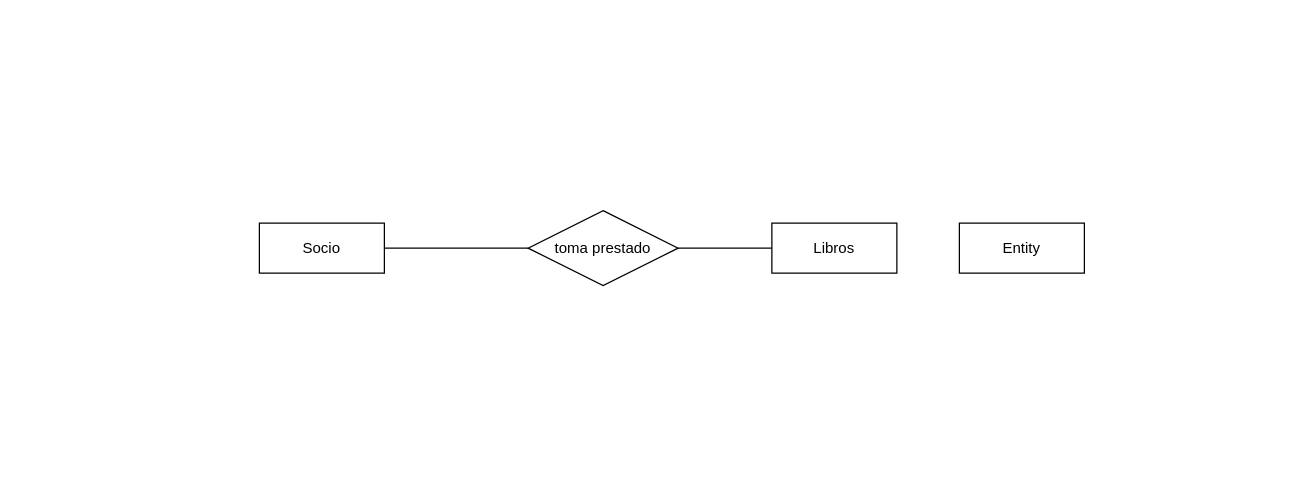
Before: Unidad1/Tareas/Tarea 7/Diagrama sin título.drawio in JVC0/Base-Datos, a draw.io diagram. Source tidied: cells renumbered, new cells numbered last; positions are measured from the earlier drawing's top-left corner, leaving out a move shared by most shapes. Both pictures are drawn from the tidied source at 125%, with x=0, y=0 at pixel (259, 210).
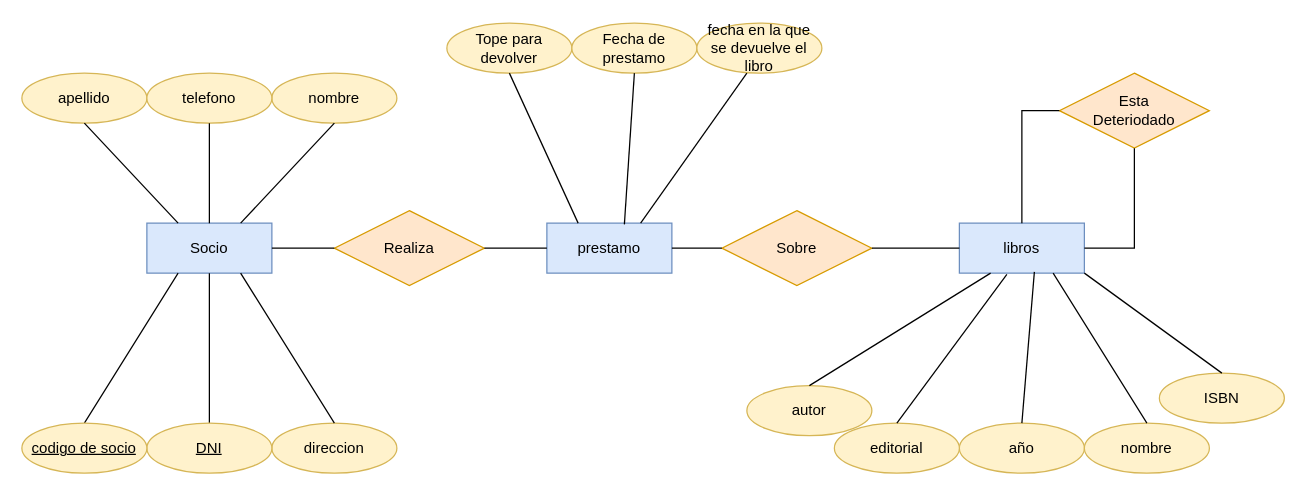
Above is the later version.

What changed in the source:
```diff
@@
-    <mxCell id="2" value="&lt;div&gt;Libros&lt;/div&gt;" style="whiteSpace=wrap;html=1;align=center;" parent="1" vertex="1">
-      <mxGeometry x="410" y="10" width="100" height="40" as="geometry" />
+    <mxCell id="2" value="&lt;div&gt;prestamo&lt;/div&gt;" style="whiteSpace=wrap;html=1;align=center;fillColor=#dae8fc;strokeColor=#6c8ebf;" parent="1" vertex="1">
+      <mxGeometry x="230" y="10" width="100" height="40" as="geometry" />
     </mxCell>
-    <mxCell id="3" value="&lt;div&gt;Socio&lt;/div&gt;" style="whiteSpace=wrap;html=1;align=center;" parent="1" vertex="1">
-      <mxGeometry y="10" width="100" height="40" as="geometry" />
+    <mxCell id="3" value="&lt;div&gt;Socio&lt;/div&gt;" style="whiteSpace=wrap;html=1;align=center;fillColor=#dae8fc;strokeColor=#6c8ebf;" parent="1" vertex="1">
+      <mxGeometry x="-90" y="10" width="100" height="40" as="geometry" />
     </mxCell>
-    <mxCell id="4" value="Entity" style="whiteSpace=wrap;html=1;align=center;" parent="1" vertex="1">
+    <mxCell id="4" value="&lt;div&gt;libros&lt;/div&gt;" style="whiteSpace=wrap;html=1;align=center;fillColor=#dae8fc;strokeColor=#6c8ebf;" parent="1" vertex="1">
       <mxGeometry x="560" y="10" width="100" height="40" as="geometry" />
     </mxCell>
-    <mxCell id="5" value="toma prestado" style="shape=rhombus;perimeter=rhombusPerimeter;whiteSpace=wrap;html=1;align=center;" parent="1" vertex="1">
-      <mxGeometry x="215" width="120" height="60" as="geometry" />
+    <mxCell id="5" value="Realiza" style="shape=rhombus;perimeter=rhombusPerimeter;whiteSpace=wrap;html=1;align=center;fillColor=#ffe6cc;strokeColor=#d79b00;" parent="1" vertex="1">
+      <mxGeometry x="60" width="120" height="60" as="geometry" />
     </mxCell>
@@
+    <mxCell id="8" value="&lt;div&gt;Sobre&lt;/div&gt;" style="shape=rhombus;perimeter=rhombusPerimeter;whiteSpace=wrap;html=1;align=center;fillColor=#ffe6cc;strokeColor=#d79b00;" parent="1" vertex="1">
+      <mxGeometry x="370" width="120" height="60" as="geometry" />
+    </mxCell>
+    <mxCell id="9" style="endArrow=none;html=1;rounded=0;entryX=0;entryY=0.5;entryDx=0;entryDy=0;exitX=1;exitY=0.5;exitDx=0;exitDy=0;" parent="1" edge="1" source="2" target="8">
+      <mxGeometry relative="1" as="geometry" />
+    </mxCell>
+    <mxCell id="10" style="endArrow=none;html=1;rounded=0;entryX=0;entryY=0.5;entryDx=0;entryDy=0;exitX=1;exitY=0.5;exitDx=0;exitDy=0;" parent="1" edge="1" source="8" target="4">
+      <mxGeometry relative="1" as="geometry" />
+    </mxCell>
+    <mxCell id="11" value="Esta&lt;br&gt;&lt;div&gt;Deteriodado&lt;/div&gt;" style="shape=rhombus;perimeter=rhombusPerimeter;whiteSpace=wrap;html=1;align=center;fillColor=#ffe6cc;strokeColor=#d79b00;" parent="1" vertex="1">
+      <mxGeometry x="640" y="-110" width="120" height="60" as="geometry" />
+    </mxCell>
+    <mxCell id="12" style="endArrow=none;html=1;rounded=0;entryX=1;entryY=0.5;entryDx=0;entryDy=0;exitX=0.5;exitY=1;exitDx=0;exitDy=0;" parent="1" edge="1" source="11" target="4">
+      <mxGeometry relative="1" as="geometry">
+        <Array as="points">
+          <mxPoint x="700" y="30" />
+        </Array>
+      </mxGeometry>
+    </mxCell>
+    <mxCell id="13" style="endArrow=none;html=1;rounded=0;entryX=0;entryY=0.5;entryDx=0;entryDy=0;exitX=0.5;exitY=0;exitDx=0;exitDy=0;" parent="1" edge="1" source="4" target="11">
+      <mxGeometry relative="1" as="geometry">
+        <Array as="points">
+          <mxPoint x="610" y="-80" />
+        </Array>
+      </mxGeometry>
+    </mxCell>
+    <mxCell id="14" value="&lt;div&gt;direccion&lt;/div&gt;" style="ellipse;whiteSpace=wrap;html=1;align=center;fillColor=#fff2cc;strokeColor=#d6b656;" parent="1" vertex="1">
+      <mxGeometry x="10" y="170" width="100" height="40" as="geometry" />
+    </mxCell>
+    <mxCell id="15" style="endArrow=none;html=1;rounded=0;exitX=0.5;exitY=0;exitDx=0;exitDy=0;entryX=0.25;entryY=1;entryDx=0;entryDy=0;" parent="1" edge="1" source="19" target="3">
+      <mxGeometry relative="1" as="geometry" />
+    </mxCell>
+    <mxCell id="16" style="endArrow=none;html=1;rounded=0;entryX=0.5;entryY=1;entryDx=0;entryDy=0;exitX=0.5;exitY=0;exitDx=0;exitDy=0;" parent="1" edge="1" source="18" target="3">
+      <mxGeometry relative="1" as="geometry" />
+    </mxCell>
+    <mxCell id="17" style="endArrow=none;html=1;rounded=0;exitX=0.5;exitY=0;exitDx=0;exitDy=0;entryX=0.75;entryY=1;entryDx=0;entryDy=0;" parent="1" edge="1" source="14" target="3">
+      <mxGeometry relative="1" as="geometry" />
+    </mxCell>
+    <mxCell id="18" value="DNI" style="ellipse;whiteSpace=wrap;html=1;align=center;fontStyle=4;fillColor=#fff2cc;strokeColor=#d6b656;" parent="1" vertex="1">
+      <mxGeometry x="-90" y="170" width="100" height="40" as="geometry" />
+    </mxCell>
+    <mxCell id="19" value="codigo de socio" style="ellipse;whiteSpace=wrap;html=1;align=center;fontStyle=4;fillColor=#fff2cc;strokeColor=#d6b656;" parent="1" vertex="1">
+      <mxGeometry x="-190" y="170" width="100" height="40" as="geometry" />
+    </mxCell>
+    <mxCell id="20" value="apellido" style="ellipse;whiteSpace=wrap;html=1;align=center;fillColor=#fff2cc;strokeColor=#d6b656;" parent="1" vertex="1">
+      <mxGeometry x="-190" y="-110" width="100" height="40" as="geometry" />
+    </mxCell>
+    <mxCell id="21" value="nombre" style="ellipse;whiteSpace=wrap;html=1;align=center;fillColor=#fff2cc;strokeColor=#d6b656;" parent="1" vertex="1">
+      <mxGeometry x="10" y="-110" width="100" height="40" as="geometry" />
+    </mxCell>
+    <mxCell id="22" value="telefono" style="ellipse;whiteSpace=wrap;html=1;align=center;fillColor=#fff2cc;strokeColor=#d6b656;" parent="1" vertex="1">
+      <mxGeometry x="-90" y="-110" width="100" height="40" as="geometry" />
+    </mxCell>
+    <mxCell id="23" style="endArrow=none;html=1;rounded=0;exitX=0.5;exitY=1;exitDx=0;exitDy=0;entryX=0.25;entryY=0;entryDx=0;entryDy=0;" parent="1" edge="1" source="20" target="3">
+      <mxGeometry relative="1" as="geometry" />
+    </mxCell>
+    <mxCell id="24" style="endArrow=none;html=1;rounded=0;entryX=0.5;entryY=1;entryDx=0;entryDy=0;exitX=0.75;exitY=0;exitDx=0;exitDy=0;" parent="1" edge="1" source="3" target="21">
+      <mxGeometry relative="1" as="geometry" />
+    </mxCell>
+    <mxCell id="25" style="endArrow=none;html=1;rounded=0;exitX=0.5;exitY=1;exitDx=0;exitDy=0;" parent="1" edge="1" source="22" target="3">
+      <mxGeometry relative="1" as="geometry" />
+    </mxCell>
+    <mxCell id="26" value="año" style="ellipse;whiteSpace=wrap;html=1;align=center;fillColor=#fff2cc;strokeColor=#d6b656;" parent="1" vertex="1">
+      <mxGeometry x="560" y="170" width="100" height="40" as="geometry" />
+    </mxCell>
+    <mxCell id="27" value="nombre" style="ellipse;whiteSpace=wrap;html=1;align=center;fillColor=#fff2cc;strokeColor=#d6b656;" parent="1" vertex="1">
+      <mxGeometry x="660" y="170" width="100" height="40" as="geometry" />
+    </mxCell>
+    <mxCell id="28" value="editorial" style="ellipse;whiteSpace=wrap;html=1;align=center;fillColor=#fff2cc;strokeColor=#d6b656;" parent="1" vertex="1">
+      <mxGeometry x="460" y="170" width="100" height="40" as="geometry" />
+    </mxCell>
+    <mxCell id="29" value="ISBN" style="ellipse;whiteSpace=wrap;html=1;align=center;fillColor=#fff2cc;strokeColor=#d6b656;" parent="1" vertex="1">
+      <mxGeometry x="720" y="130" width="100" height="40" as="geometry" />
+    </mxCell>
+    <mxCell id="30" value="autor" style="ellipse;whiteSpace=wrap;html=1;align=center;fillColor=#fff2cc;strokeColor=#d6b656;" parent="1" vertex="1">
+      <mxGeometry x="390" y="140" width="100" height="40" as="geometry" />
+    </mxCell>
+    <mxCell id="31" style="endArrow=none;html=1;rounded=0;exitX=0.5;exitY=0;exitDx=0;exitDy=0;entryX=0.25;entryY=1;entryDx=0;entryDy=0;" parent="1" edge="1" source="30" target="4">
+      <mxGeometry relative="1" as="geometry" />
+    </mxCell>
+    <mxCell id="32" style="endArrow=none;html=1;rounded=0;exitX=0.5;exitY=0;exitDx=0;exitDy=0;entryX=0.38;entryY=1.025;entryDx=0;entryDy=0;entryPerimeter=0;" parent="1" edge="1" source="28" target="4">
+      <mxGeometry relative="1" as="geometry" />
+    </mxCell>
+    <mxCell id="33" style="endArrow=none;html=1;rounded=0;exitX=0.5;exitY=0;exitDx=0;exitDy=0;entryX=0.6;entryY=0.975;entryDx=0;entryDy=0;entryPerimeter=0;" parent="1" edge="1" source="26" target="4">
+      <mxGeometry relative="1" as="geometry" />
+    </mxCell>
+    <mxCell id="34" style="endArrow=none;html=1;rounded=0;exitX=0.5;exitY=0;exitDx=0;exitDy=0;entryX=0.75;entryY=1;entryDx=0;entryDy=0;" parent="1" edge="1" source="27" target="4">
+      <mxGeometry relative="1" as="geometry" />
+    </mxCell>
+    <mxCell id="35" style="endArrow=none;html=1;rounded=0;exitX=0.5;exitY=0;exitDx=0;exitDy=0;entryX=1;entryY=1;entryDx=0;entryDy=0;" parent="1" edge="1" source="29" target="4">
+      <mxGeometry relative="1" as="geometry" />
+    </mxCell>
+    <mxCell id="36" value="Tope para devolver" style="ellipse;whiteSpace=wrap;html=1;align=center;fillColor=#fff2cc;strokeColor=#d6b656;" parent="1" vertex="1">
+      <mxGeometry x="150" y="-150" width="100" height="40" as="geometry" />
+    </mxCell>
+    <mxCell id="37" value="Fecha de prestamo" style="ellipse;whiteSpace=wrap;html=1;align=center;fillColor=#fff2cc;strokeColor=#d6b656;" parent="1" vertex="1">
+      <mxGeometry x="250" y="-150" width="100" height="40" as="geometry" />
+    </mxCell>
+    <mxCell id="38" value="fecha en la que se devuelve el libro" style="ellipse;whiteSpace=wrap;html=1;align=center;fillColor=#fff2cc;strokeColor=#d6b656;" parent="1" vertex="1">
+      <mxGeometry x="350" y="-150" width="100" height="40" as="geometry" />
+    </mxCell>
+    <mxCell id="39" style="endArrow=none;html=1;rounded=0;exitX=0.5;exitY=1;exitDx=0;exitDy=0;entryX=0.25;entryY=0;entryDx=0;entryDy=0;" parent="1" edge="1" source="36" target="2">
+      <mxGeometry relative="1" as="geometry" />
+    </mxCell>
+    <mxCell id="40" style="endArrow=none;html=1;rounded=0;entryX=0.5;entryY=1;entryDx=0;entryDy=0;exitX=0.62;exitY=0.025;exitDx=0;exitDy=0;exitPerimeter=0;" parent="1" edge="1" source="2" target="37">
+      <mxGeometry relative="1" as="geometry" />
+    </mxCell>
+    <mxCell id="41" style="endArrow=none;html=1;rounded=0;entryX=0.4;entryY=1;entryDx=0;entryDy=0;entryPerimeter=0;exitX=0.75;exitY=0;exitDx=0;exitDy=0;" parent="1" edge="1" source="2" target="38">
+      <mxGeometry relative="1" as="geometry" />
+    </mxCell>
```
